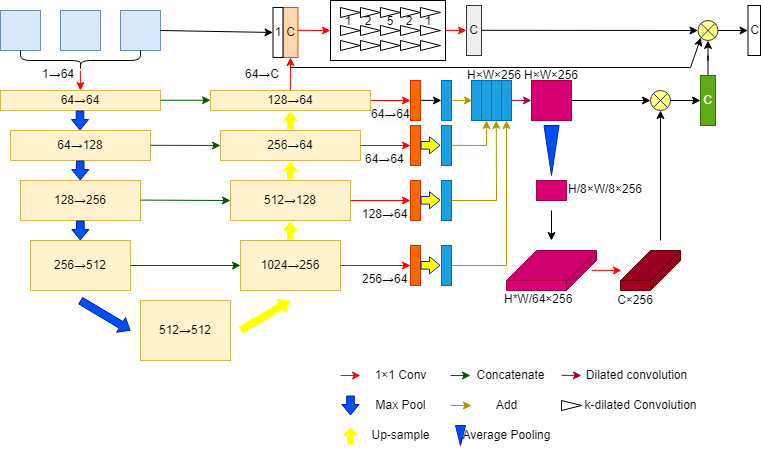
The draw.io diagram test.drawio.png in DemonH-p/self-study, before a commit. Source tidied: cells renumbered, new cells last; positions are measured from the earlier drawing's top-left corner, leaving out a move shared by most shapes.
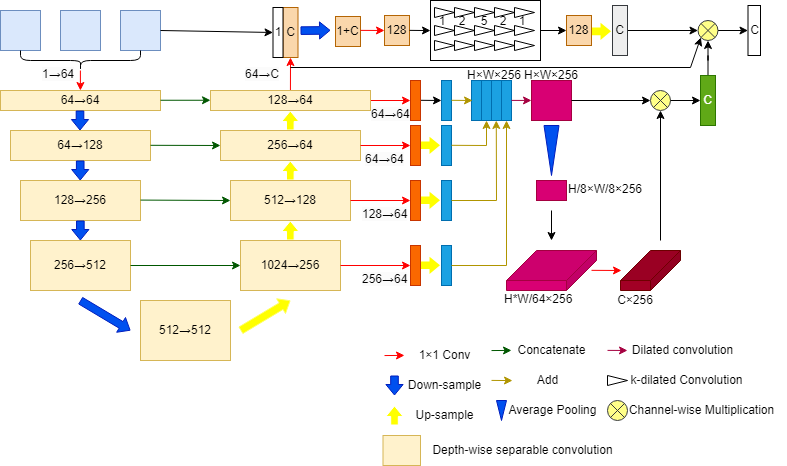
Later version of the same file.

Change to the diagram source:
```diff
@@ -177,7 +177,7 @@
     <mxCell id="38" style="rounded=0;whiteSpace=wrap;html=1;fillColor=#fa6800;fontColor=#000000;strokeColor=#C73500;" parent="1" vertex="1">
       <mxGeometry x="410" y="245" width="10" height="40" as="geometry" />
     </mxCell>
-    <mxCell id="39" style="shape=flexArrow;endArrow=classic;html=1;rounded=0;fillColor=#FFFF00;strokeColor=#001DBC;endWidth=8.571428571428571;endSize=3.157142857142857;width=7.619047619047619;" parent="1" edge="1">
+    <mxCell id="39" style="shape=flexArrow;endArrow=classic;html=1;rounded=0;fillColor=#FFFF00;strokeColor=none;endWidth=8.571428571428571;endSize=3.157142857142857;width=7.619047619047619;" parent="1" edge="1">
       <mxGeometry relative="1" as="geometry">
         <mxPoint x="420" y="144.8" as="sourcePoint" />
         <mxPoint x="440" y="144.8" as="targetPoint" />
@@ -189,7 +189,7 @@
     <mxCell id="40" style="rounded=0;whiteSpace=wrap;html=1;fillColor=#1ba1e2;fontColor=#ffffff;strokeColor=#006EAF;" parent="1" vertex="1">
       <mxGeometry x="441" y="125" width="10" height="40" as="geometry" />
     </mxCell>
-    <mxCell id="41" style="shape=flexArrow;endArrow=classic;html=1;rounded=0;fillColor=#FFFF00;strokeColor=#001DBC;endWidth=8.571428571428571;endSize=3.157142857142857;width=7.619047619047619;" parent="1" edge="1">
+    <mxCell id="41" style="shape=flexArrow;endArrow=classic;html=1;rounded=0;fillColor=#FFFF00;strokeColor=none;endWidth=8.571428571428571;endSize=3.157142857142857;width=7.619047619047619;" parent="1" edge="1">
       <mxGeometry relative="1" as="geometry">
         <mxPoint x="420" y="199.8" as="sourcePoint" />
         <mxPoint x="440" y="199.8" as="targetPoint" />
@@ -201,7 +201,7 @@
     <mxCell id="42" style="rounded=0;whiteSpace=wrap;html=1;fillColor=#1ba1e2;fontColor=#ffffff;strokeColor=#006EAF;" parent="1" vertex="1">
       <mxGeometry x="441" y="180" width="10" height="40" as="geometry" />
     </mxCell>
-    <mxCell id="43" style="shape=flexArrow;endArrow=classic;html=1;rounded=0;fillColor=#FFFF00;strokeColor=#001DBC;endWidth=8.571428571428571;endSize=3.157142857142857;width=7.619047619047619;" parent="1" edge="1">
+    <mxCell id="43" style="shape=flexArrow;endArrow=classic;html=1;rounded=0;fillColor=#FFFF00;strokeColor=none;endWidth=8.571428571428571;endSize=3.157142857142857;width=7.619047619047619;" parent="1" edge="1">
       <mxGeometry relative="1" as="geometry">
         <mxPoint x="420" y="264.8" as="sourcePoint" />
         <mxPoint x="440" y="264.8" as="targetPoint" />
@@ -278,36 +278,36 @@
     </mxCell>
     <mxCell id="59" style="endArrow=classic;html=1;rounded=0;fillColor=#e51400;strokeColor=#ff0000;" parent="1" edge="1">
       <mxGeometry relative="1" as="geometry">
-        <mxPoint x="340" y="375.1" as="sourcePoint" />
-        <mxPoint x="360" y="374.9" as="targetPoint" />
+        <mxPoint x="384" y="355.1" as="sourcePoint" />
+        <mxPoint x="404" y="354.9" as="targetPoint" />
       </mxGeometry>
     </mxCell>
     <mxCell id="60" value="1×1 Conv" style="text;html=1;align=center;verticalAlign=middle;strokeColor=none;fillColor=none;" parent="1" vertex="1">
-      <mxGeometry x="360" y="360" width="80" height="30" as="geometry" />
+      <mxGeometry x="404" y="340" width="80" height="30" as="geometry" />
     </mxCell>
     <mxCell id="61" style="shape=flexArrow;endArrow=classic;html=1;rounded=0;fillColor=#0050ef;strokeColor=#001DBC;endWidth=8.571428571428571;endSize=3.157142857142857;width=7.619047619047619;" parent="1" edge="1">
       <mxGeometry relative="1" as="geometry">
-        <mxPoint x="350" y="395" as="sourcePoint" />
-        <mxPoint x="350" y="415" as="targetPoint" />
+        <mxPoint x="394" y="375" as="sourcePoint" />
+        <mxPoint x="394" y="395" as="targetPoint" />
         <Array as="points">
-          <mxPoint x="350" y="395" />
+          <mxPoint x="394" y="375" />
         </Array>
       </mxGeometry>
     </mxCell>
-    <mxCell id="62" value="Max Pool" style="text;html=1;align=center;verticalAlign=middle;strokeColor=none;fillColor=none;" parent="1" vertex="1">
-      <mxGeometry x="365" y="390" width="70" height="30" as="geometry" />
+    <mxCell id="62" value="Down-sample" style="text;html=1;align=center;verticalAlign=middle;strokeColor=none;fillColor=none;" parent="1" vertex="1">
+      <mxGeometry x="394" y="370" width="100" height="30" as="geometry" />
     </mxCell>
     <mxCell id="63" style="shape=flexArrow;endArrow=classic;html=1;rounded=0;fillColor=#FFFF00;strokeColor=#FFFFFF;endWidth=8.571428571428571;endSize=3.157142857142857;width=7.619047619047619;" parent="1" edge="1">
       <mxGeometry relative="1" as="geometry">
-        <mxPoint x="350" y="445" as="sourcePoint" />
-        <mxPoint x="350" y="425" as="targetPoint" />
+        <mxPoint x="394" y="425" as="sourcePoint" />
+        <mxPoint x="394" y="405" as="targetPoint" />
         <Array as="points">
-          <mxPoint x="350" y="445" />
+          <mxPoint x="394" y="425" />
         </Array>
       </mxGeometry>
     </mxCell>
     <mxCell id="64" value="Up-sample" style="text;html=1;align=center;verticalAlign=middle;strokeColor=none;fillColor=none;" parent="1" vertex="1">
-      <mxGeometry x="360" y="420" width="80" height="30" as="geometry" />
+      <mxGeometry x="404" y="400" width="80" height="30" as="geometry" />
     </mxCell>
     <mxCell id="65" style="rounded=0;whiteSpace=wrap;html=1;fillColor=#d80073;fontColor=#ffffff;strokeColor=#A50040;" parent="1" vertex="1">
       <mxGeometry x="536" y="180" width="30" height="20" as="geometry" />
@@ -335,24 +335,24 @@
     </mxCell>
     <mxCell id="71" style="endArrow=classic;html=1;rounded=0;fillColor=#008a00;strokeColor=#005700;" parent="1" edge="1">
       <mxGeometry relative="1" as="geometry">
-        <mxPoint x="450" y="375.1" as="sourcePoint" />
-        <mxPoint x="470" y="374.9" as="targetPoint" />
+        <mxPoint x="491" y="350.1" as="sourcePoint" />
+        <mxPoint x="511" y="349.9" as="targetPoint" />
       </mxGeometry>
     </mxCell>
     <mxCell id="72" value="Concatenate" style="text;html=1;align=center;verticalAlign=middle;strokeColor=none;fillColor=none;" parent="1" vertex="1">
-      <mxGeometry x="465" y="360" width="90" height="30" as="geometry" />
+      <mxGeometry x="506" y="335" width="90" height="30" as="geometry" />
     </mxCell>
     <mxCell id="73" style="endArrow=classic;html=1;rounded=0;fillColor=#e3c800;strokeColor=#B09500;" parent="1" edge="1">
       <mxGeometry relative="1" as="geometry">
-        <mxPoint x="450" y="404.9" as="sourcePoint" />
-        <mxPoint x="471" y="405.1" as="targetPoint" />
+        <mxPoint x="491" y="379.9" as="sourcePoint" />
+        <mxPoint x="512" y="380.1" as="targetPoint" />
       </mxGeometry>
     </mxCell>
     <mxCell id="74" value="&lt;span style=&quot;color: rgb(0, 0, 0); font-family: Helvetica; font-style: normal; font-variant-ligatures: normal; font-variant-caps: normal; font-weight: 400; letter-spacing: normal; orphans: 2; text-align: center; text-indent: 0px; text-transform: none; widows: 2; word-spacing: 0px; -webkit-text-stroke-width: 0px; background-color: rgb(251, 251, 251); text-decoration-thickness: initial; text-decoration-style: initial; text-decoration-color: initial; float: none; display: inline !important;&quot;&gt;&lt;font style=&quot;font-size: 11px;&quot;&gt;64→64&lt;/font&gt;&lt;/span&gt;" style="text;whiteSpace=wrap;html=1;" parent="1" vertex="1">
       <mxGeometry x="369" y="100" width="41" height="20" as="geometry" />
     </mxCell>
     <mxCell id="75" value="Add" style="text;html=1;align=center;verticalAlign=middle;strokeColor=none;fillColor=none;" parent="1" vertex="1">
-      <mxGeometry x="486" y="390" width="40" height="30" as="geometry" />
+      <mxGeometry x="527" y="365" width="40" height="30" as="geometry" />
     </mxCell>
     <mxCell id="76" style="rounded=0;whiteSpace=wrap;html=1;fillColor=#fa6800;fontColor=#000000;strokeColor=#C73500;" parent="1" vertex="1">
       <mxGeometry x="410" y="80" width="10" height="40" as="geometry" />
@@ -373,19 +373,19 @@
       <mxGeometry x="543.5" y="125" width="15" height="50" as="geometry" />
     </mxCell>
     <mxCell id="82" style="triangle;whiteSpace=wrap;html=1;direction=south;fillColor=#0050ef;fontColor=#ffffff;strokeColor=#001DBC;" parent="1" vertex="1">
-      <mxGeometry x="455" y="425" width="10" height="20" as="geometry" />
+      <mxGeometry x="496" y="400" width="10" height="20" as="geometry" />
     </mxCell>
     <mxCell id="83" value="Average Pooling" style="text;html=1;align=center;verticalAlign=middle;strokeColor=none;fillColor=none;" parent="1" vertex="1">
-      <mxGeometry x="451" y="420" width="110" height="30" as="geometry" />
+      <mxGeometry x="497" y="395" width="110" height="30" as="geometry" />
     </mxCell>
     <mxCell id="84" style="endArrow=classic;html=1;rounded=0;fillColor=#d80073;strokeColor=#A50040;" parent="1" edge="1">
       <mxGeometry relative="1" as="geometry">
-        <mxPoint x="561" y="374.9" as="sourcePoint" />
-        <mxPoint x="581" y="375" as="targetPoint" />
+        <mxPoint x="607" y="349.9" as="sourcePoint" />
+        <mxPoint x="627" y="350" as="targetPoint" />
       </mxGeometry>
     </mxCell>
     <mxCell id="85" value="Dilated convolution" style="text;html=1;align=center;verticalAlign=middle;strokeColor=none;fillColor=none;" parent="1" vertex="1">
-      <mxGeometry x="576" y="360" width="120" height="30" as="geometry" />
+      <mxGeometry x="622" y="335" width="120" height="30" as="geometry" />
     </mxCell>
     <mxCell id="86" value="&lt;span style=&quot;border-color: var(--border-color); color: rgb(0, 0, 0); font-family: Helvetica; font-size: 11px; font-style: normal; font-variant-ligatures: normal; font-variant-caps: normal; font-weight: 400; letter-spacing: normal; orphans: 2; text-align: center; text-indent: 0px; text-transform: none; widows: 2; word-spacing: 0px; -webkit-text-stroke-width: 0px; background-color: initial; text-decoration-thickness: initial; text-decoration-style: initial; text-decoration-color: initial;&quot;&gt;H×W×256&lt;/span&gt;" style="text;whiteSpace=wrap;html=1;" parent="1" vertex="1">
       <mxGeometry x="522" y="61" width="54" height="20" as="geometry" />
@@ -413,18 +413,12 @@
         <mxPoint x="700" y="100" as="targetPoint" />
       </mxGeometry>
     </mxCell>
-    <mxCell id="93" style="endArrow=classic;html=1;rounded=0;fillColor=#e51400;strokeColor=#ff0000;" parent="1" edge="1">
-      <mxGeometry relative="1" as="geometry">
-        <mxPoint x="297.5" y="29.9" as="sourcePoint" />
-        <mxPoint x="330" y="30" as="targetPoint" />
-      </mxGeometry>
-    </mxCell>
+    <mxCell id="95" style="group;" parent="1" vertex="1">
+      <mxGeometry x="434" y="7" width="107.5" height="53" as="geometry" />
+    </mxCell>
-    <mxCell id="94" style="rounded=0;whiteSpace=wrap;html=1;" parent="1" vertex="1">
-      <mxGeometry x="330" width="115" height="60" as="geometry" />
+    <mxCell id="94" style="rounded=0;whiteSpace=wrap;html=1;" parent="95" vertex="1">
+      <mxGeometry x="-4" y="-7" width="110" height="60" as="geometry" />
     </mxCell>
-    <mxCell id="95" style="group;" parent="1" vertex="1">
-      <mxGeometry x="340" y="7" width="100" height="10" as="geometry" />
-    </mxCell>
     <mxCell id="96" style="triangle;whiteSpace=wrap;html=1;fontSize=1;" parent="95" vertex="1">
       <mxGeometry width="20" height="10" as="geometry" />
     </mxCell>
@@ -441,7 +435,7 @@
       <mxGeometry x="80" width="20" height="10" as="geometry" />
     </mxCell>
     <mxCell id="101" style="group;" parent="1" vertex="1">
-      <mxGeometry x="340" y="25" width="100" height="10" as="geometry" />
+      <mxGeometry x="434" y="25" width="100" height="10" as="geometry" />
     </mxCell>
     <mxCell id="102" style="triangle;whiteSpace=wrap;html=1;" parent="101" vertex="1">
       <mxGeometry width="20" height="10" as="geometry" />
@@ -459,7 +453,7 @@
       <mxGeometry x="80" width="20" height="10" as="geometry" />
     </mxCell>
     <mxCell id="107" style="group;" parent="1" vertex="1">
-      <mxGeometry x="340" y="40" width="100" height="10" as="geometry" />
+      <mxGeometry x="434" y="40" width="100" height="10" as="geometry" />
     </mxCell>
     <mxCell id="108" style="triangle;whiteSpace=wrap;html=1;" parent="107" vertex="1">
       <mxGeometry width="20" height="10" as="geometry" />
@@ -477,7 +471,7 @@
       <mxGeometry x="80" width="20" height="10" as="geometry" />
     </mxCell>
     <mxCell id="113" style="group;" parent="1" vertex="1">
-      <mxGeometry x="340" y="16" width="96" height="10" as="geometry" />
+      <mxGeometry x="434" y="16" width="96" height="10" as="geometry" />
     </mxCell>
     <mxCell id="114" value="&lt;font style=&quot;font-size: 5px;&quot;&gt;1&lt;/font&gt;" style="text;html=1;strokeColor=none;fillColor=none;align=center;verticalAlign=middle;whiteSpace=wrap;rounded=0;fontSize=5;horizontal=1;" parent="113" vertex="1">
       <mxGeometry width="16" height="10" as="geometry" />
@@ -494,13 +488,11 @@
     <mxCell id="118" value="&lt;font style=&quot;font-size: 5px;&quot;&gt;1&lt;/font&gt;" style="text;html=1;strokeColor=none;fillColor=none;align=center;verticalAlign=middle;whiteSpace=wrap;rounded=0;fontSize=5;horizontal=1;" parent="113" vertex="1">
       <mxGeometry x="80" width="16" height="10" as="geometry" />
     </mxCell>
-    <mxCell id="119" style="endArrow=classic;html=1;rounded=0;fillColor=#e51400;strokeColor=#ff0000;entryX=0;entryY=0.5;entryDx=0;entryDy=0;" parent="1" edge="1" target="120">
-      <mxGeometry relative="1" as="geometry">
-        <mxPoint x="445" y="29.9" as="sourcePoint" />
-      </mxGeometry>
-    </mxCell>
+    <mxCell id="130" style="edgeStyle=orthogonalEdgeStyle;rounded=0;jettySize=auto;html=1;" parent="1" edge="1" source="120" target="126">
+      <mxGeometry relative="1" as="geometry" />
+    </mxCell>
     <mxCell id="120" value="C" style="rounded=0;whiteSpace=wrap;html=1;fillColor=#eeeeee;strokeColor=#36393d;" parent="1" vertex="1">
-      <mxGeometry x="466" y="5" width="15" height="50" as="geometry" />
+      <mxGeometry x="612" y="5" width="15" height="50" as="geometry" />
     </mxCell>
     <mxCell id="121" style="edgeStyle=orthogonalEdgeStyle;rounded=0;jettySize=auto;html=1;" parent="1" edge="1" source="122" target="126">
       <mxGeometry relative="1" as="geometry" />
@@ -516,11 +508,6 @@
         </Array>
       </mxGeometry>
     </mxCell>
-    <mxCell id="124" style="endArrow=classic;html=1;rounded=0;fillColor=#e51400;strokeColor=#000000;entryX=0;entryY=0.5;entryDx=0;entryDy=0;" parent="1" edge="1" target="126">
-      <mxGeometry relative="1" as="geometry">
-        <mxPoint x="481" y="29.8" as="sourcePoint" />
-      </mxGeometry>
-    </mxCell>
     <mxCell id="125" style="edgeStyle=orthogonalEdgeStyle;rounded=0;jettySize=auto;html=1;" parent="1" edge="1" source="126" target="127">
       <mxGeometry relative="1" as="geometry" />
     </mxCell>
@@ -531,10 +518,63 @@
       <mxGeometry x="747.5" y="5" width="12.5" height="50" as="geometry" />
     </mxCell>
     <mxCell id="128" style="triangle;whiteSpace=wrap;html=1;" parent="1" vertex="1">
-      <mxGeometry x="561" y="400" width="20" height="10" as="geometry" />
+      <mxGeometry x="607" y="375" width="20" height="10" as="geometry" />
     </mxCell>
     <mxCell id="129" value="k-dilated Convolution" style="text;html=1;align=center;verticalAlign=middle;strokeColor=none;fillColor=none;" parent="1" vertex="1">
-      <mxGeometry x="570" y="390" width="140" height="30" as="geometry" />
+      <mxGeometry x="616" y="365" width="140" height="30" as="geometry" />
     </mxCell>
+    <mxCell id="131" style="rounded=0;whiteSpace=wrap;html=1;fillColor=#fff2cc;strokeColor=#d6b656;" parent="1" vertex="1">
+      <mxGeometry x="382.5" y="435" width="37.5" height="30" as="geometry" />
+    </mxCell>
+    <mxCell id="132" style="shape=sumEllipse;perimeter=ellipsePerimeter;whiteSpace=wrap;html=1;backgroundOutline=1;fillColor=#ffff88;strokeColor=#36393d;" parent="1" vertex="1">
+      <mxGeometry x="607" y="400" width="20" height="20" as="geometry" />
+    </mxCell>
+    <mxCell id="133" value="Channel-wise Multiplication" style="text;html=1;align=center;verticalAlign=middle;strokeColor=none;fillColor=none;" parent="1" vertex="1">
+      <mxGeometry x="616" y="395" width="170" height="30" as="geometry" />
+    </mxCell>
+    <mxCell id="134" value="Depth-wise separable convolution" style="text;html=1;align=center;verticalAlign=middle;strokeColor=none;fillColor=none;" parent="1" vertex="1">
+      <mxGeometry x="422" y="435" width="200" height="30" as="geometry" />
+    </mxCell>
+    <mxCell id="135" style="shape=flexArrow;endArrow=classic;html=1;rounded=0;fillColor=#0050ef;strokeColor=#001DBC;endWidth=8.571428571428571;endSize=3.157142857142857;width=7.619047619047619;" parent="1" edge="1">
+      <mxGeometry relative="1" as="geometry">
+        <mxPoint x="300" y="30.1" as="sourcePoint" />
+        <mxPoint x="330" y="29.9" as="targetPoint" />
+        <Array as="points">
+          <mxPoint x="300" y="30.1" />
+        </Array>
+      </mxGeometry>
+    </mxCell>
+    <mxCell id="136" value="1+C" style="rounded=0;whiteSpace=wrap;html=1;fillColor=#fad7ac;strokeColor=#b46504;" parent="1" vertex="1">
+      <mxGeometry x="335" y="16" width="25" height="30" as="geometry" />
+    </mxCell>
+    <mxCell id="137" value="128" style="rounded=0;whiteSpace=wrap;html=1;fillColor=#fad7ac;strokeColor=#b46504;" parent="1" vertex="1">
+      <mxGeometry x="384" y="15" width="25" height="30" as="geometry" />
+    </mxCell>
+    <mxCell id="138" style="endArrow=classic;html=1;rounded=0;fillColor=#e51400;strokeColor=#ff0000;entryX=0;entryY=0.5;entryDx=0;entryDy=0;" parent="1" edge="1" target="137">
+      <mxGeometry relative="1" as="geometry">
+        <mxPoint x="360" y="29.9" as="sourcePoint" />
+      </mxGeometry>
+    </mxCell>
+    <mxCell id="139" style="endArrow=classic;html=1;rounded=0;fillColor=#e51400;strokeColor=#000000;" parent="1" edge="1">
+      <mxGeometry relative="1" as="geometry">
+        <mxPoint x="409" y="29.9" as="sourcePoint" />
+        <mxPoint x="430" y="30.1" as="targetPoint" />
+      </mxGeometry>
+    </mxCell>
+    <mxCell id="140" value="128" style="rounded=0;whiteSpace=wrap;html=1;fillColor=#fad7ac;strokeColor=#b46504;" parent="1" vertex="1">
+      <mxGeometry x="566" y="15" width="25" height="30" as="geometry" />
+    </mxCell>
+    <mxCell id="141" style="edgeStyle=orthogonalEdgeStyle;rounded=0;jettySize=auto;html=1;" parent="1" edge="1" source="94" target="140">
+      <mxGeometry relative="1" as="geometry" />
+    </mxCell>
+    <mxCell id="142" style="shape=flexArrow;endArrow=classic;html=1;rounded=0;fillColor=#FFFF00;strokeColor=none;endWidth=8.571428571428571;endSize=3.157142857142857;width=7.619047619047619;" parent="1" edge="1">
+      <mxGeometry relative="1" as="geometry">
+        <mxPoint x="591" y="30.9" as="sourcePoint" />
+        <mxPoint x="611" y="30.9" as="targetPoint" />
+        <Array as="points">
+          <mxPoint x="591" y="30.9" />
+        </Array>
+      </mxGeometry>
+    </mxCell>
   </root>
 </mxGraphModel>
```
